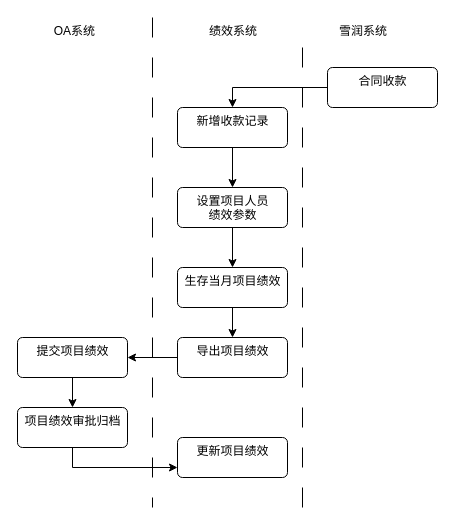
Before: page "绩效发放流程图 for 使用说明书" (7 of 7) of shrine-doc/项目绩效总体流程.drawio in easefulfil/CLOUDCARE, a draw.io diagram. Source tidied: cells renumbered, new cells numbered last; positions are measured from the earlier drawing's top-left corner, leaving out a move shared by most shapes. Both pictures are drawn from the tidied source at 100%, with x=0, y=0 at pixel (17, 17).
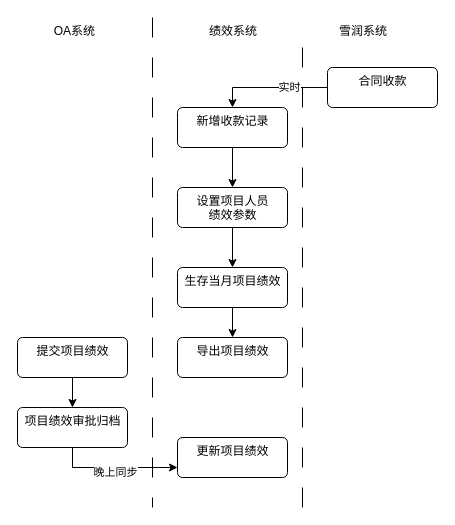
The same diagram, later.

The change refers to these unchanged cells:
```xml
<mxCell id="7" style="edgeStyle=orthogonalEdgeStyle;rounded=0;jettySize=auto;html=1;entryX=0.5;entryY=0;entryDx=0;entryDy=0;" parent="1" edge="1" source="8" target="10">
  <mxGeometry relative="1" as="geometry" />
</mxCell>
<mxCell id="16" value="导出项目绩效" style="html=1;align=center;verticalAlign=top;rounded=1;absoluteArcSize=1;arcSize=10;dashed=0;" parent="1" vertex="1">
  <mxGeometry x="160" y="320" width="110" height="40" as="geometry" />
</mxCell>
<mxCell id="18" value="提交项目绩效" style="html=1;align=center;verticalAlign=top;rounded=1;absoluteArcSize=1;arcSize=10;dashed=0;" parent="1" vertex="1">
  <mxGeometry y="320" width="110" height="40" as="geometry" />
</mxCell>
<mxCell id="19" style="edgeStyle=orthogonalEdgeStyle;rounded=0;jettySize=auto;html=1;entryX=0;entryY=0.75;entryDx=0;entryDy=0;fontSize=14;" parent="1" edge="1" source="20" target="21">
  <mxGeometry relative="1" as="geometry">
    <Array as="points">
      <mxPoint x="55" y="450" />
    </Array>
  </mxGeometry>
</mxCell>
```

The edit, as a diff of the source:
```diff
@@
+    <mxCell id="22" value="实时" style="edgeLabel;html=1;align=center;verticalAlign=middle;" parent="7" vertex="1">
+      <mxGeometry x="-0.32" y="-1" relative="1" as="geometry" />
+    </mxCell>
@@
-    <mxCell id="15" style="edgeStyle=orthogonalEdgeStyle;rounded=0;jettySize=auto;html=1;" parent="1" edge="1" source="16" target="18">
-      <mxGeometry relative="1" as="geometry" />
-    </mxCell>
@@
+    <mxCell id="23" value="晚上同步" style="edgeLabel;html=1;align=center;verticalAlign=middle;" parent="19" vertex="1">
+      <mxGeometry x="-0.01" y="-4" relative="1" as="geometry" />
+    </mxCell>
```
